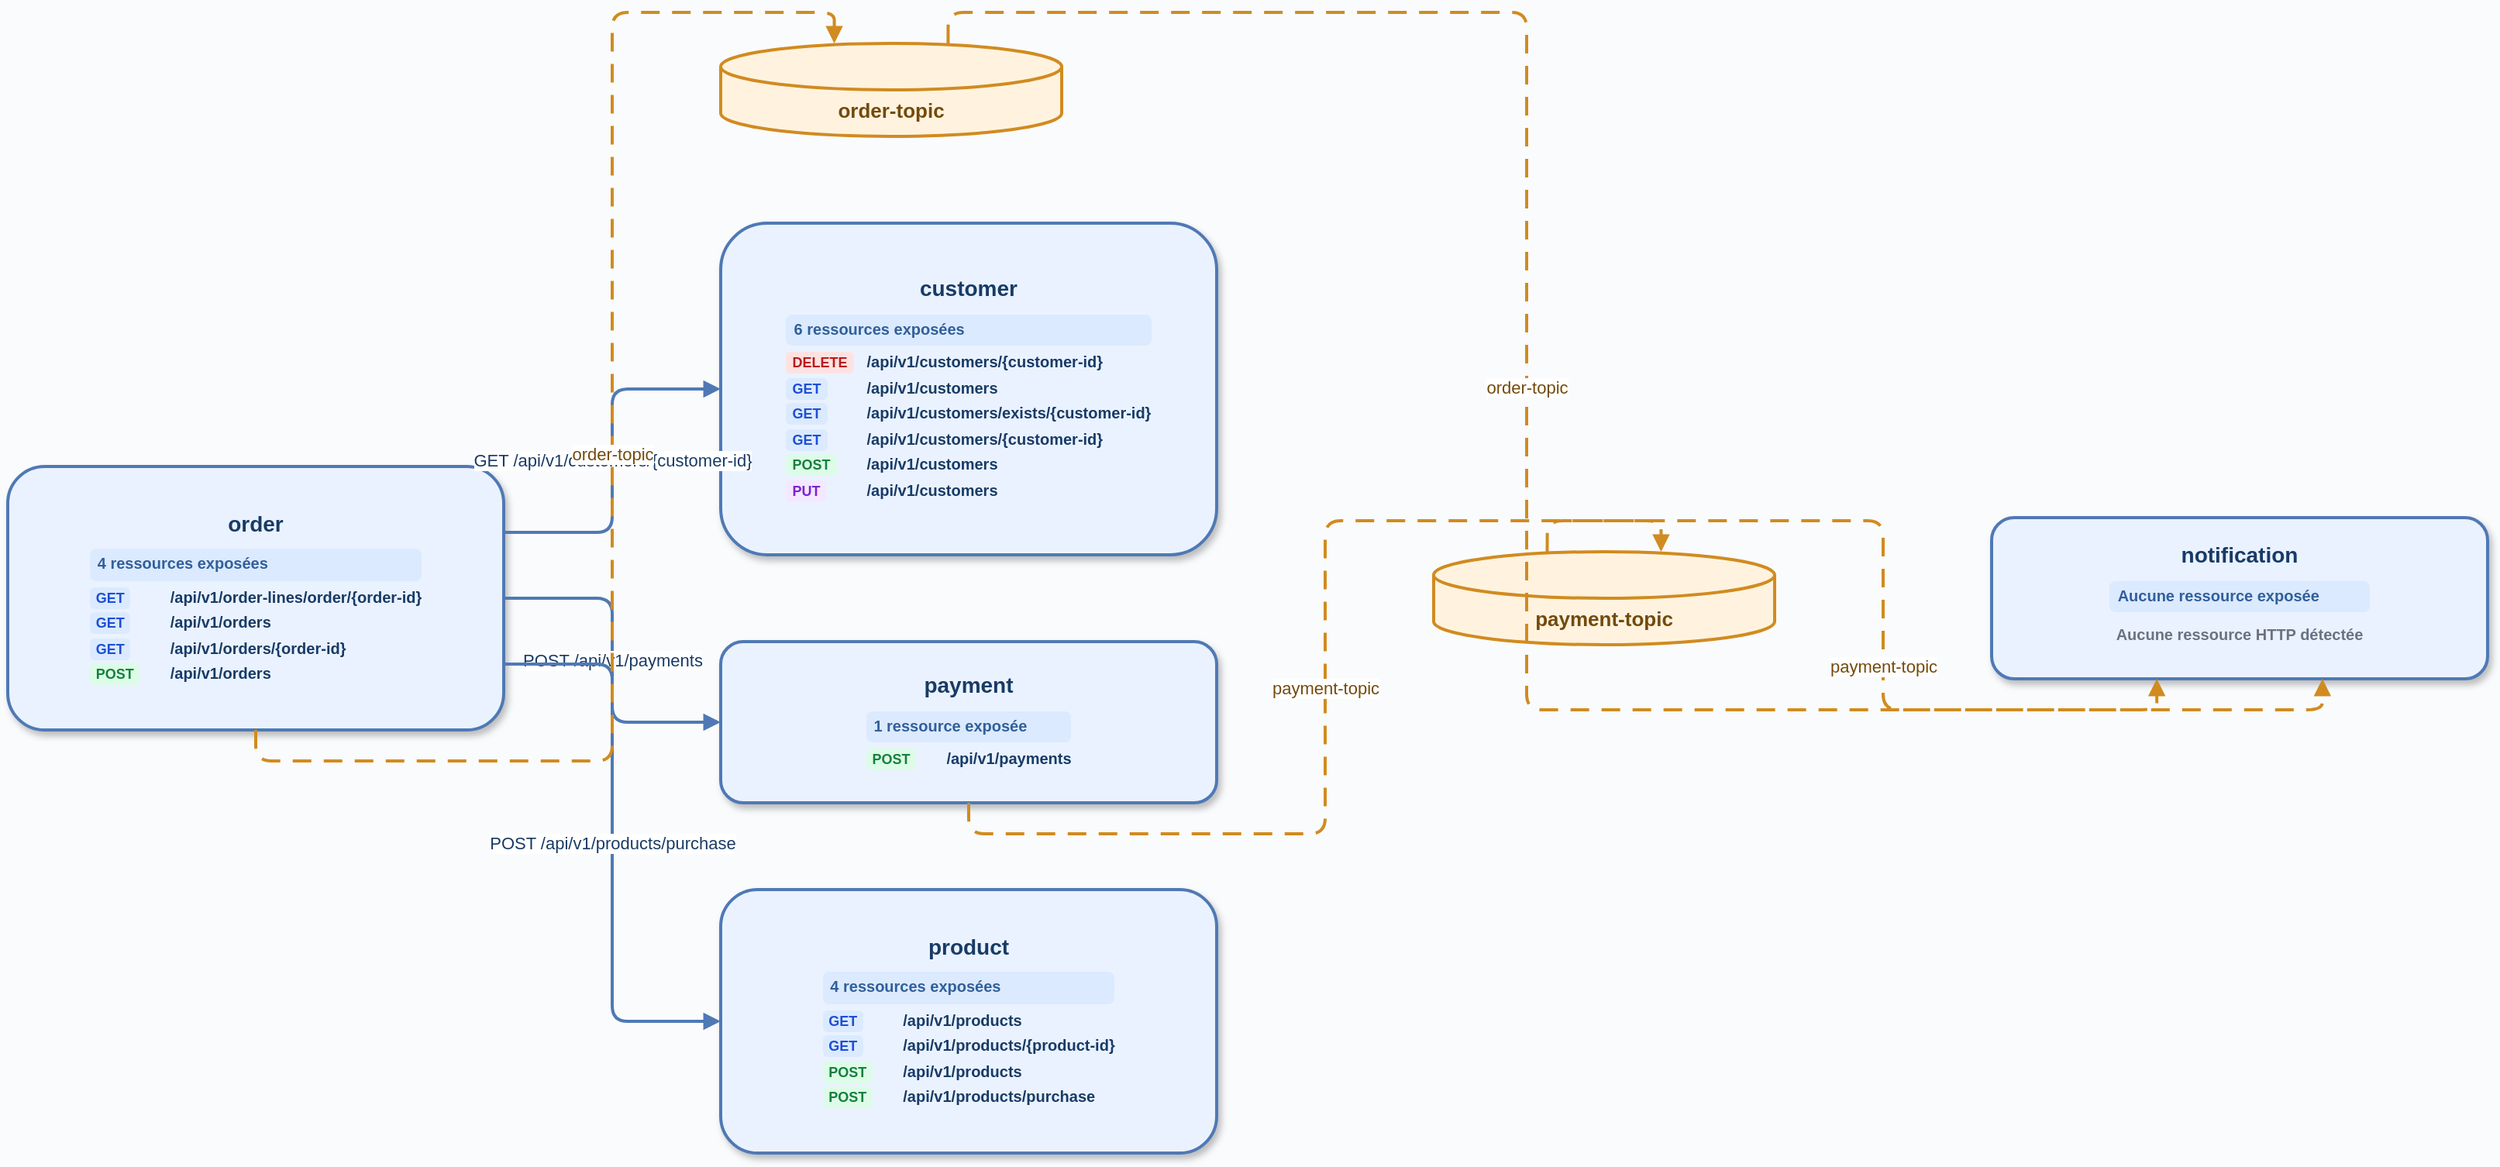
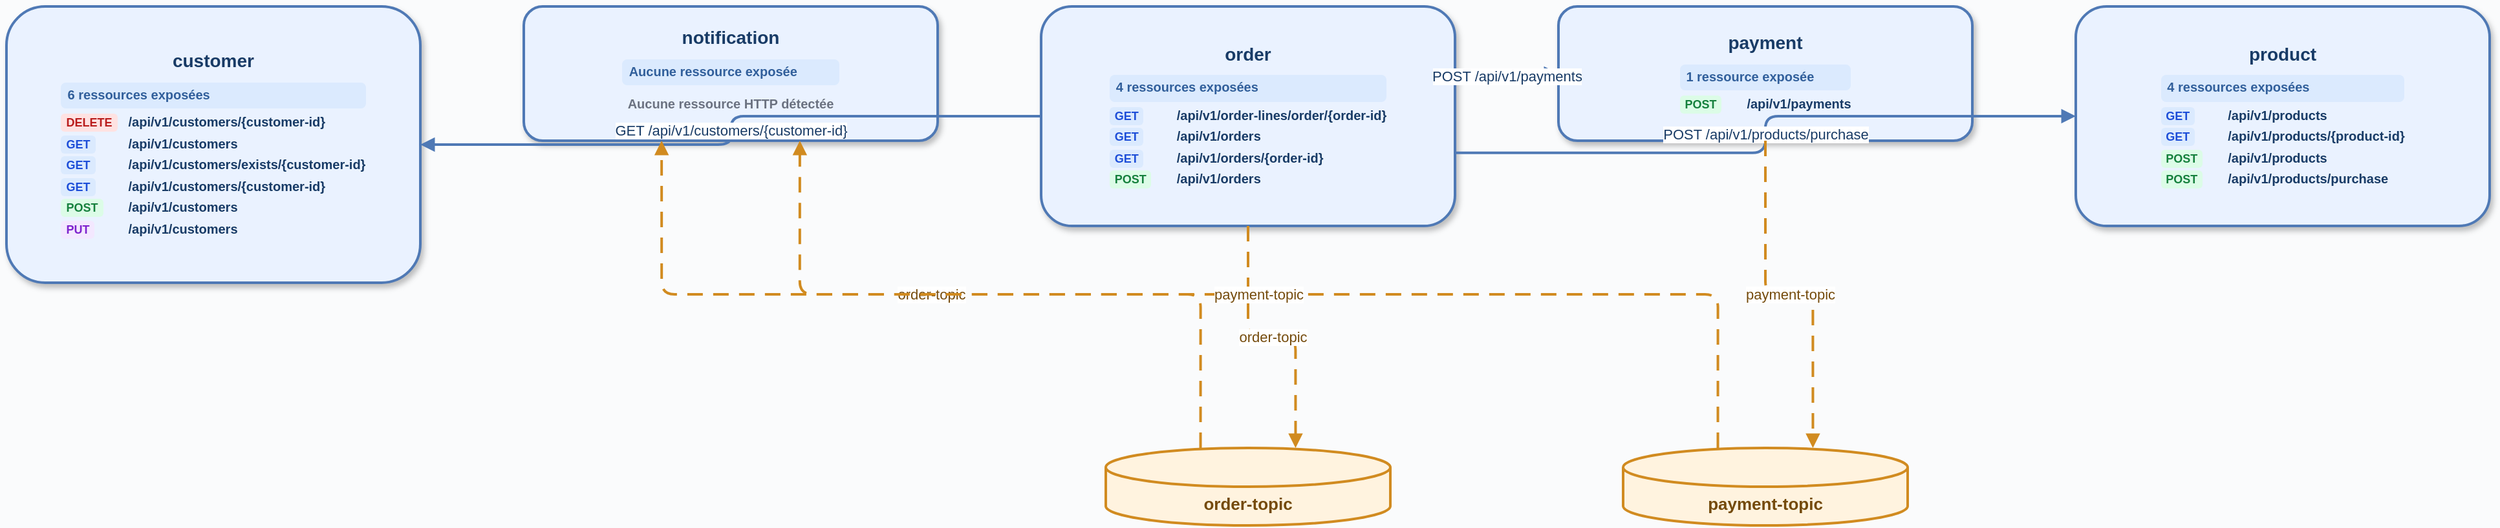
<?xml version="1.0" encoding="UTF-8"?>
<mxfile host="cccr">
  <diagram name="cccr graph" id="cccr-graph">
    <mxGraphModel dx="1200" dy="800" grid="1" gridSize="10" guides="1" tooltips="1" connect="1" arrows="1" fold="1" page="0" pageScale="1" pageWidth="1169" pageHeight="827" background="#fafbfc" math="0" shadow="0">
      <root>
        <mxCell id="0" />
        <mxCell id="1" parent="0" />
-         <mxCell id="node-0" value='&lt;div style="text-align:left;line-height:1.25;"&gt;&lt;div style="text-align:center;font-size:14px;color:#183b66;"&gt;&lt;b&gt;customer&lt;/b&gt;&lt;/div&gt;&lt;div style="margin-top:7px;padding:4px 5px;background-color:#dbeafe;color:#315f9b;font-size:10px;font-weight:bold;border-radius:4px;"&gt;6 ressources exposées&lt;/div&gt;&lt;table style="width:100%;margin-top:3px;font-size:10px;border-collapse:collapse;"&gt;&lt;tr&gt;&lt;td style="padding:2px 5px 2px 0;width:47px;"&gt;&lt;span style="background-color:#fee2e2;color:#b91c1c;font-weight:bold;font-size:9px;padding:2px 4px;border-radius:3px;"&gt;DELETE&lt;/span&gt;&lt;/td&gt;&lt;td style="padding:2px 0;color:#183b66;"&gt;/api/v1/customers/{customer-id}&lt;/td&gt;&lt;/tr&gt;&lt;tr&gt;&lt;td style="padding:2px 5px 2px 0;width:47px;"&gt;&lt;span style="background-color:#dbeafe;color:#1d4ed8;font-weight:bold;font-size:9px;padding:2px 4px;border-radius:3px;"&gt;GET&lt;/span&gt;&lt;/td&gt;&lt;td style="padding:2px 0;color:#183b66;"&gt;/api/v1/customers&lt;/td&gt;&lt;/tr&gt;&lt;tr&gt;&lt;td style="padding:2px 5px 2px 0;width:47px;"&gt;&lt;span style="background-color:#dbeafe;color:#1d4ed8;font-weight:bold;font-size:9px;padding:2px 4px;border-radius:3px;"&gt;GET&lt;/span&gt;&lt;/td&gt;&lt;td style="padding:2px 0;color:#183b66;"&gt;/api/v1/customers/exists/{customer-id}&lt;/td&gt;&lt;/tr&gt;&lt;tr&gt;&lt;td style="padding:2px 5px 2px 0;width:47px;"&gt;&lt;span style="background-color:#dbeafe;color:#1d4ed8;font-weight:bold;font-size:9px;padding:2px 4px;border-radius:3px;"&gt;GET&lt;/span&gt;&lt;/td&gt;&lt;td style="padding:2px 0;color:#183b66;"&gt;/api/v1/customers/{customer-id}&lt;/td&gt;&lt;/tr&gt;&lt;tr&gt;&lt;td style="padding:2px 5px 2px 0;width:47px;"&gt;&lt;span style="background-color:#dcfce7;color:#15803d;font-weight:bold;font-size:9px;padding:2px 4px;border-radius:3px;"&gt;POST&lt;/span&gt;&lt;/td&gt;&lt;td style="padding:2px 0;color:#183b66;"&gt;/api/v1/customers&lt;/td&gt;&lt;/tr&gt;&lt;tr&gt;&lt;td style="padding:2px 5px 2px 0;width:47px;"&gt;&lt;span style="background-color:#f3e8ff;color:#7e22ce;font-weight:bold;font-size:9px;padding:2px 4px;border-radius:3px;"&gt;PUT&lt;/span&gt;&lt;/td&gt;&lt;td style="padding:2px 0;color:#183b66;"&gt;/api/v1/customers&lt;/td&gt;&lt;/tr&gt;&lt;/table&gt;&lt;/div&gt;' style="rounded=1;arcSize=14;whiteSpace=wrap;html=1;fillColor=#eaf2ff;strokeColor=#4f79b5;strokeWidth=2;fontColor=#183b66;fontSize=14;fontStyle=1;shadow=1;spacingLeft=12;spacingRight=12;" vertex="1" parent="1"><mxGeometry x="484" y="140" width="320" height="214" as="geometry" /></mxCell>
-         <mxCell id="node-1" value='&lt;div style="text-align:left;line-height:1.25;"&gt;&lt;div style="text-align:center;font-size:14px;color:#183b66;"&gt;&lt;b&gt;notification&lt;/b&gt;&lt;/div&gt;&lt;div style="margin-top:7px;padding:4px 5px;background-color:#dbeafe;color:#315f9b;font-size:10px;font-weight:bold;border-radius:4px;"&gt;Aucune ressource exposée&lt;/div&gt;&lt;table style="width:100%;margin-top:3px;font-size:10px;border-collapse:collapse;"&gt;&lt;tr&gt;&lt;td colspan="2" style="padding:6px 4px;color:#6b7280;"&gt;Aucune ressource HTTP détectée&lt;/td&gt;&lt;/tr&gt;&lt;/table&gt;&lt;/div&gt;' style="rounded=1;arcSize=14;whiteSpace=wrap;html=1;fillColor=#eaf2ff;strokeColor=#4f79b5;strokeWidth=2;fontColor=#183b66;fontSize=14;fontStyle=1;shadow=1;spacingLeft=12;spacingRight=12;" vertex="1" parent="1"><mxGeometry x="1304" y="330" width="320" height="104" as="geometry" /></mxCell>
-         <mxCell id="node-2" value='&lt;div style="text-align:left;line-height:1.25;"&gt;&lt;div style="text-align:center;font-size:14px;color:#183b66;"&gt;&lt;b&gt;order&lt;/b&gt;&lt;/div&gt;&lt;div style="margin-top:7px;padding:4px 5px;background-color:#dbeafe;color:#315f9b;font-size:10px;font-weight:bold;border-radius:4px;"&gt;4 ressources exposées&lt;/div&gt;&lt;table style="width:100%;margin-top:3px;font-size:10px;border-collapse:collapse;"&gt;&lt;tr&gt;&lt;td style="padding:2px 5px 2px 0;width:47px;"&gt;&lt;span style="background-color:#dbeafe;color:#1d4ed8;font-weight:bold;font-size:9px;padding:2px 4px;border-radius:3px;"&gt;GET&lt;/span&gt;&lt;/td&gt;&lt;td style="padding:2px 0;color:#183b66;"&gt;/api/v1/order-lines/order/{order-id}&lt;/td&gt;&lt;/tr&gt;&lt;tr&gt;&lt;td style="padding:2px 5px 2px 0;width:47px;"&gt;&lt;span style="background-color:#dbeafe;color:#1d4ed8;font-weight:bold;font-size:9px;padding:2px 4px;border-radius:3px;"&gt;GET&lt;/span&gt;&lt;/td&gt;&lt;td style="padding:2px 0;color:#183b66;"&gt;/api/v1/orders&lt;/td&gt;&lt;/tr&gt;&lt;tr&gt;&lt;td style="padding:2px 5px 2px 0;width:47px;"&gt;&lt;span style="background-color:#dbeafe;color:#1d4ed8;font-weight:bold;font-size:9px;padding:2px 4px;border-radius:3px;"&gt;GET&lt;/span&gt;&lt;/td&gt;&lt;td style="padding:2px 0;color:#183b66;"&gt;/api/v1/orders/{order-id}&lt;/td&gt;&lt;/tr&gt;&lt;tr&gt;&lt;td style="padding:2px 5px 2px 0;width:47px;"&gt;&lt;span style="background-color:#dcfce7;color:#15803d;font-weight:bold;font-size:9px;padding:2px 4px;border-radius:3px;"&gt;POST&lt;/span&gt;&lt;/td&gt;&lt;td style="padding:2px 0;color:#183b66;"&gt;/api/v1/orders&lt;/td&gt;&lt;/tr&gt;&lt;/table&gt;&lt;/div&gt;' style="rounded=1;arcSize=14;whiteSpace=wrap;html=1;fillColor=#eaf2ff;strokeColor=#4f79b5;strokeWidth=2;fontColor=#183b66;fontSize=14;fontStyle=1;shadow=1;spacingLeft=12;spacingRight=12;" vertex="1" parent="1"><mxGeometry x="24" y="297" width="320" height="170" as="geometry" /></mxCell>
-         <mxCell id="node-3" value='&lt;div style="text-align:left;line-height:1.25;"&gt;&lt;div style="text-align:center;font-size:14px;color:#183b66;"&gt;&lt;b&gt;payment&lt;/b&gt;&lt;/div&gt;&lt;div style="margin-top:7px;padding:4px 5px;background-color:#dbeafe;color:#315f9b;font-size:10px;font-weight:bold;border-radius:4px;"&gt;1 ressource exposée&lt;/div&gt;&lt;table style="width:100%;margin-top:3px;font-size:10px;border-collapse:collapse;"&gt;&lt;tr&gt;&lt;td style="padding:2px 5px 2px 0;width:47px;"&gt;&lt;span style="background-color:#dcfce7;color:#15803d;font-weight:bold;font-size:9px;padding:2px 4px;border-radius:3px;"&gt;POST&lt;/span&gt;&lt;/td&gt;&lt;td style="padding:2px 0;color:#183b66;"&gt;/api/v1/payments&lt;/td&gt;&lt;/tr&gt;&lt;/table&gt;&lt;/div&gt;' style="rounded=1;arcSize=14;whiteSpace=wrap;html=1;fillColor=#eaf2ff;strokeColor=#4f79b5;strokeWidth=2;fontColor=#183b66;fontSize=14;fontStyle=1;shadow=1;spacingLeft=12;spacingRight=12;" vertex="1" parent="1"><mxGeometry x="484" y="410" width="320" height="104" as="geometry" /></mxCell>
-         <mxCell id="node-4" value='&lt;div style="text-align:left;line-height:1.25;"&gt;&lt;div style="text-align:center;font-size:14px;color:#183b66;"&gt;&lt;b&gt;product&lt;/b&gt;&lt;/div&gt;&lt;div style="margin-top:7px;padding:4px 5px;background-color:#dbeafe;color:#315f9b;font-size:10px;font-weight:bold;border-radius:4px;"&gt;4 ressources exposées&lt;/div&gt;&lt;table style="width:100%;margin-top:3px;font-size:10px;border-collapse:collapse;"&gt;&lt;tr&gt;&lt;td style="padding:2px 5px 2px 0;width:47px;"&gt;&lt;span style="background-color:#dbeafe;color:#1d4ed8;font-weight:bold;font-size:9px;padding:2px 4px;border-radius:3px;"&gt;GET&lt;/span&gt;&lt;/td&gt;&lt;td style="padding:2px 0;color:#183b66;"&gt;/api/v1/products&lt;/td&gt;&lt;/tr&gt;&lt;tr&gt;&lt;td style="padding:2px 5px 2px 0;width:47px;"&gt;&lt;span style="background-color:#dbeafe;color:#1d4ed8;font-weight:bold;font-size:9px;padding:2px 4px;border-radius:3px;"&gt;GET&lt;/span&gt;&lt;/td&gt;&lt;td style="padding:2px 0;color:#183b66;"&gt;/api/v1/products/{product-id}&lt;/td&gt;&lt;/tr&gt;&lt;tr&gt;&lt;td style="padding:2px 5px 2px 0;width:47px;"&gt;&lt;span style="background-color:#dcfce7;color:#15803d;font-weight:bold;font-size:9px;padding:2px 4px;border-radius:3px;"&gt;POST&lt;/span&gt;&lt;/td&gt;&lt;td style="padding:2px 0;color:#183b66;"&gt;/api/v1/products&lt;/td&gt;&lt;/tr&gt;&lt;tr&gt;&lt;td style="padding:2px 5px 2px 0;width:47px;"&gt;&lt;span style="background-color:#dcfce7;color:#15803d;font-weight:bold;font-size:9px;padding:2px 4px;border-radius:3px;"&gt;POST&lt;/span&gt;&lt;/td&gt;&lt;td style="padding:2px 0;color:#183b66;"&gt;/api/v1/products/purchase&lt;/td&gt;&lt;/tr&gt;&lt;/table&gt;&lt;/div&gt;' style="rounded=1;arcSize=14;whiteSpace=wrap;html=1;fillColor=#eaf2ff;strokeColor=#4f79b5;strokeWidth=2;fontColor=#183b66;fontSize=14;fontStyle=1;shadow=1;spacingLeft=12;spacingRight=12;" vertex="1" parent="1"><mxGeometry x="484" y="570" width="320" height="170" as="geometry" /></mxCell>
-         <mxCell id="node-5" value="&lt;b&gt;order-topic&lt;/b&gt;" style="shape=cylinder3;boundedLbl=1;whiteSpace=wrap;html=1;fillColor=#fff3df;strokeColor=#d18b20;strokeWidth=2;fontColor=#744a0b;fontSize=13;" vertex="1" parent="1"><mxGeometry x="484" y="24" width="220" height="60" as="geometry" /></mxCell>
-         <mxCell id="node-6" value="&lt;b&gt;payment-topic&lt;/b&gt;" style="shape=cylinder3;boundedLbl=1;whiteSpace=wrap;html=1;fillColor=#fff3df;strokeColor=#d18b20;strokeWidth=2;fontColor=#744a0b;fontSize=13;" vertex="1" parent="1"><mxGeometry x="944" y="352" width="220" height="60" as="geometry" /></mxCell>
-         <mxCell id="edge-0" value="GET /api/v1/customers/{customer-id}" style="edgeStyle=orthogonalEdgeStyle;rounded=1;orthogonalLoop=1;jettySize=auto;html=1;endArrow=block;endFill=1;strokeWidth=2;labelBackgroundColor=#ffffff;fontSize=11;spacing=4;exitX=1;exitY=0.25;entryX=0;entryY=0.5;exitPerimeter=1;entryPerimeter=1;strokeColor=#4f79b5;fontColor=#183b66;" edge="1" parent="1" source="node-2" target="node-0"><mxGeometry relative="1" as="geometry" /></mxCell>
-         <mxCell id="edge-1" value="POST /api/v1/payments" style="edgeStyle=orthogonalEdgeStyle;rounded=1;orthogonalLoop=1;jettySize=auto;html=1;endArrow=block;endFill=1;strokeWidth=2;labelBackgroundColor=#ffffff;fontSize=11;spacing=4;exitX=1;exitY=0.5;entryX=0;entryY=0.5;exitPerimeter=1;entryPerimeter=1;strokeColor=#4f79b5;fontColor=#183b66;" edge="1" parent="1" source="node-2" target="node-3"><mxGeometry relative="1" as="geometry" /></mxCell>
-         <mxCell id="edge-2" value="POST /api/v1/products/purchase" style="edgeStyle=orthogonalEdgeStyle;rounded=1;orthogonalLoop=1;jettySize=auto;html=1;endArrow=block;endFill=1;strokeWidth=2;labelBackgroundColor=#ffffff;fontSize=11;spacing=4;exitX=1;exitY=0.75;entryX=0;entryY=0.5;exitPerimeter=1;entryPerimeter=1;strokeColor=#4f79b5;fontColor=#183b66;" edge="1" parent="1" source="node-2" target="node-4"><mxGeometry relative="1" as="geometry" /></mxCell>
-         <mxCell id="edge-3" value="order-topic" style="edgeStyle=orthogonalEdgeStyle;rounded=1;orthogonalLoop=1;jettySize=auto;html=1;endArrow=block;endFill=1;strokeWidth=2;labelBackgroundColor=#ffffff;fontSize=11;spacing=4;exitX=0.5;exitY=1;entryX=0.333;entryY=0;exitPerimeter=1;entryPerimeter=1;dashed=1;dashPattern=6 4;strokeColor=#d18b20;fontColor=#744a0b;" edge="1" parent="1" source="node-2" target="node-5"><mxGeometry relative="1" as="geometry" /></mxCell>
-         <mxCell id="edge-4" value="order-topic" style="edgeStyle=orthogonalEdgeStyle;rounded=1;orthogonalLoop=1;jettySize=auto;html=1;endArrow=block;endFill=1;strokeWidth=2;labelBackgroundColor=#ffffff;fontSize=11;spacing=4;exitX=0.667;exitY=0;entryX=0.333;entryY=1;exitPerimeter=1;entryPerimeter=1;dashed=1;dashPattern=6 4;strokeColor=#d18b20;fontColor=#744a0b;" edge="1" parent="1" source="node-5" target="node-1"><mxGeometry relative="1" as="geometry" /></mxCell>
+         <mxCell id="node-0" value='&lt;div style="text-align:left;line-height:1.25;"&gt;&lt;div style="text-align:center;font-size:14px;color:#183b66;"&gt;&lt;b&gt;customer&lt;/b&gt;&lt;/div&gt;&lt;div style="margin-top:7px;padding:4px 5px;background-color:#dbeafe;color:#315f9b;font-size:10px;font-weight:bold;border-radius:4px;"&gt;6 ressources exposées&lt;/div&gt;&lt;table style="width:100%;margin-top:3px;font-size:10px;border-collapse:collapse;"&gt;&lt;tr&gt;&lt;td style="padding:2px 5px 2px 0;width:47px;"&gt;&lt;span style="background-color:#fee2e2;color:#b91c1c;font-weight:bold;font-size:9px;padding:2px 4px;border-radius:3px;"&gt;DELETE&lt;/span&gt;&lt;/td&gt;&lt;td style="padding:2px 0;color:#183b66;"&gt;/api/v1/customers/{customer-id}&lt;/td&gt;&lt;/tr&gt;&lt;tr&gt;&lt;td style="padding:2px 5px 2px 0;width:47px;"&gt;&lt;span style="background-color:#dbeafe;color:#1d4ed8;font-weight:bold;font-size:9px;padding:2px 4px;border-radius:3px;"&gt;GET&lt;/span&gt;&lt;/td&gt;&lt;td style="padding:2px 0;color:#183b66;"&gt;/api/v1/customers&lt;/td&gt;&lt;/tr&gt;&lt;tr&gt;&lt;td style="padding:2px 5px 2px 0;width:47px;"&gt;&lt;span style="background-color:#dbeafe;color:#1d4ed8;font-weight:bold;font-size:9px;padding:2px 4px;border-radius:3px;"&gt;GET&lt;/span&gt;&lt;/td&gt;&lt;td style="padding:2px 0;color:#183b66;"&gt;/api/v1/customers/exists/{customer-id}&lt;/td&gt;&lt;/tr&gt;&lt;tr&gt;&lt;td style="padding:2px 5px 2px 0;width:47px;"&gt;&lt;span style="background-color:#dbeafe;color:#1d4ed8;font-weight:bold;font-size:9px;padding:2px 4px;border-radius:3px;"&gt;GET&lt;/span&gt;&lt;/td&gt;&lt;td style="padding:2px 0;color:#183b66;"&gt;/api/v1/customers/{customer-id}&lt;/td&gt;&lt;/tr&gt;&lt;tr&gt;&lt;td style="padding:2px 5px 2px 0;width:47px;"&gt;&lt;span style="background-color:#dcfce7;color:#15803d;font-weight:bold;font-size:9px;padding:2px 4px;border-radius:3px;"&gt;POST&lt;/span&gt;&lt;/td&gt;&lt;td style="padding:2px 0;color:#183b66;"&gt;/api/v1/customers&lt;/td&gt;&lt;/tr&gt;&lt;tr&gt;&lt;td style="padding:2px 5px 2px 0;width:47px;"&gt;&lt;span style="background-color:#f3e8ff;color:#7e22ce;font-weight:bold;font-size:9px;padding:2px 4px;border-radius:3px;"&gt;PUT&lt;/span&gt;&lt;/td&gt;&lt;td style="padding:2px 0;color:#183b66;"&gt;/api/v1/customers&lt;/td&gt;&lt;/tr&gt;&lt;/table&gt;&lt;/div&gt;' style="rounded=1;arcSize=14;whiteSpace=wrap;html=1;fillColor=#eaf2ff;strokeColor=#4f79b5;strokeWidth=2;fontColor=#183b66;fontSize=14;fontStyle=1;shadow=1;spacingLeft=12;spacingRight=12;" vertex="1" parent="1"><mxGeometry x="24" y="24" width="320" height="214" as="geometry" /></mxCell>
+         <mxCell id="node-1" value='&lt;div style="text-align:left;line-height:1.25;"&gt;&lt;div style="text-align:center;font-size:14px;color:#183b66;"&gt;&lt;b&gt;notification&lt;/b&gt;&lt;/div&gt;&lt;div style="margin-top:7px;padding:4px 5px;background-color:#dbeafe;color:#315f9b;font-size:10px;font-weight:bold;border-radius:4px;"&gt;Aucune ressource exposée&lt;/div&gt;&lt;table style="width:100%;margin-top:3px;font-size:10px;border-collapse:collapse;"&gt;&lt;tr&gt;&lt;td colspan="2" style="padding:6px 4px;color:#6b7280;"&gt;Aucune ressource HTTP détectée&lt;/td&gt;&lt;/tr&gt;&lt;/table&gt;&lt;/div&gt;' style="rounded=1;arcSize=14;whiteSpace=wrap;html=1;fillColor=#eaf2ff;strokeColor=#4f79b5;strokeWidth=2;fontColor=#183b66;fontSize=14;fontStyle=1;shadow=1;spacingLeft=12;spacingRight=12;" vertex="1" parent="1"><mxGeometry x="424" y="24" width="320" height="104" as="geometry" /></mxCell>
+         <mxCell id="node-2" value='&lt;div style="text-align:left;line-height:1.25;"&gt;&lt;div style="text-align:center;font-size:14px;color:#183b66;"&gt;&lt;b&gt;order&lt;/b&gt;&lt;/div&gt;&lt;div style="margin-top:7px;padding:4px 5px;background-color:#dbeafe;color:#315f9b;font-size:10px;font-weight:bold;border-radius:4px;"&gt;4 ressources exposées&lt;/div&gt;&lt;table style="width:100%;margin-top:3px;font-size:10px;border-collapse:collapse;"&gt;&lt;tr&gt;&lt;td style="padding:2px 5px 2px 0;width:47px;"&gt;&lt;span style="background-color:#dbeafe;color:#1d4ed8;font-weight:bold;font-size:9px;padding:2px 4px;border-radius:3px;"&gt;GET&lt;/span&gt;&lt;/td&gt;&lt;td style="padding:2px 0;color:#183b66;"&gt;/api/v1/order-lines/order/{order-id}&lt;/td&gt;&lt;/tr&gt;&lt;tr&gt;&lt;td style="padding:2px 5px 2px 0;width:47px;"&gt;&lt;span style="background-color:#dbeafe;color:#1d4ed8;font-weight:bold;font-size:9px;padding:2px 4px;border-radius:3px;"&gt;GET&lt;/span&gt;&lt;/td&gt;&lt;td style="padding:2px 0;color:#183b66;"&gt;/api/v1/orders&lt;/td&gt;&lt;/tr&gt;&lt;tr&gt;&lt;td style="padding:2px 5px 2px 0;width:47px;"&gt;&lt;span style="background-color:#dbeafe;color:#1d4ed8;font-weight:bold;font-size:9px;padding:2px 4px;border-radius:3px;"&gt;GET&lt;/span&gt;&lt;/td&gt;&lt;td style="padding:2px 0;color:#183b66;"&gt;/api/v1/orders/{order-id}&lt;/td&gt;&lt;/tr&gt;&lt;tr&gt;&lt;td style="padding:2px 5px 2px 0;width:47px;"&gt;&lt;span style="background-color:#dcfce7;color:#15803d;font-weight:bold;font-size:9px;padding:2px 4px;border-radius:3px;"&gt;POST&lt;/span&gt;&lt;/td&gt;&lt;td style="padding:2px 0;color:#183b66;"&gt;/api/v1/orders&lt;/td&gt;&lt;/tr&gt;&lt;/table&gt;&lt;/div&gt;' style="rounded=1;arcSize=14;whiteSpace=wrap;html=1;fillColor=#eaf2ff;strokeColor=#4f79b5;strokeWidth=2;fontColor=#183b66;fontSize=14;fontStyle=1;shadow=1;spacingLeft=12;spacingRight=12;" vertex="1" parent="1"><mxGeometry x="824" y="24" width="320" height="170" as="geometry" /></mxCell>
+         <mxCell id="node-3" value='&lt;div style="text-align:left;line-height:1.25;"&gt;&lt;div style="text-align:center;font-size:14px;color:#183b66;"&gt;&lt;b&gt;payment&lt;/b&gt;&lt;/div&gt;&lt;div style="margin-top:7px;padding:4px 5px;background-color:#dbeafe;color:#315f9b;font-size:10px;font-weight:bold;border-radius:4px;"&gt;1 ressource exposée&lt;/div&gt;&lt;table style="width:100%;margin-top:3px;font-size:10px;border-collapse:collapse;"&gt;&lt;tr&gt;&lt;td style="padding:2px 5px 2px 0;width:47px;"&gt;&lt;span style="background-color:#dcfce7;color:#15803d;font-weight:bold;font-size:9px;padding:2px 4px;border-radius:3px;"&gt;POST&lt;/span&gt;&lt;/td&gt;&lt;td style="padding:2px 0;color:#183b66;"&gt;/api/v1/payments&lt;/td&gt;&lt;/tr&gt;&lt;/table&gt;&lt;/div&gt;' style="rounded=1;arcSize=14;whiteSpace=wrap;html=1;fillColor=#eaf2ff;strokeColor=#4f79b5;strokeWidth=2;fontColor=#183b66;fontSize=14;fontStyle=1;shadow=1;spacingLeft=12;spacingRight=12;" vertex="1" parent="1"><mxGeometry x="1224" y="24" width="320" height="104" as="geometry" /></mxCell>
+         <mxCell id="node-4" value='&lt;div style="text-align:left;line-height:1.25;"&gt;&lt;div style="text-align:center;font-size:14px;color:#183b66;"&gt;&lt;b&gt;product&lt;/b&gt;&lt;/div&gt;&lt;div style="margin-top:7px;padding:4px 5px;background-color:#dbeafe;color:#315f9b;font-size:10px;font-weight:bold;border-radius:4px;"&gt;4 ressources exposées&lt;/div&gt;&lt;table style="width:100%;margin-top:3px;font-size:10px;border-collapse:collapse;"&gt;&lt;tr&gt;&lt;td style="padding:2px 5px 2px 0;width:47px;"&gt;&lt;span style="background-color:#dbeafe;color:#1d4ed8;font-weight:bold;font-size:9px;padding:2px 4px;border-radius:3px;"&gt;GET&lt;/span&gt;&lt;/td&gt;&lt;td style="padding:2px 0;color:#183b66;"&gt;/api/v1/products&lt;/td&gt;&lt;/tr&gt;&lt;tr&gt;&lt;td style="padding:2px 5px 2px 0;width:47px;"&gt;&lt;span style="background-color:#dbeafe;color:#1d4ed8;font-weight:bold;font-size:9px;padding:2px 4px;border-radius:3px;"&gt;GET&lt;/span&gt;&lt;/td&gt;&lt;td style="padding:2px 0;color:#183b66;"&gt;/api/v1/products/{product-id}&lt;/td&gt;&lt;/tr&gt;&lt;tr&gt;&lt;td style="padding:2px 5px 2px 0;width:47px;"&gt;&lt;span style="background-color:#dcfce7;color:#15803d;font-weight:bold;font-size:9px;padding:2px 4px;border-radius:3px;"&gt;POST&lt;/span&gt;&lt;/td&gt;&lt;td style="padding:2px 0;color:#183b66;"&gt;/api/v1/products&lt;/td&gt;&lt;/tr&gt;&lt;tr&gt;&lt;td style="padding:2px 5px 2px 0;width:47px;"&gt;&lt;span style="background-color:#dcfce7;color:#15803d;font-weight:bold;font-size:9px;padding:2px 4px;border-radius:3px;"&gt;POST&lt;/span&gt;&lt;/td&gt;&lt;td style="padding:2px 0;color:#183b66;"&gt;/api/v1/products/purchase&lt;/td&gt;&lt;/tr&gt;&lt;/table&gt;&lt;/div&gt;' style="rounded=1;arcSize=14;whiteSpace=wrap;html=1;fillColor=#eaf2ff;strokeColor=#4f79b5;strokeWidth=2;fontColor=#183b66;fontSize=14;fontStyle=1;shadow=1;spacingLeft=12;spacingRight=12;" vertex="1" parent="1"><mxGeometry x="1624" y="24" width="320" height="170" as="geometry" /></mxCell>
+         <mxCell id="node-5" value="&lt;b&gt;order-topic&lt;/b&gt;" style="shape=cylinder3;boundedLbl=1;whiteSpace=wrap;html=1;fillColor=#fff3df;strokeColor=#d18b20;strokeWidth=2;fontColor=#744a0b;fontSize=13;" vertex="1" parent="1"><mxGeometry x="874" y="366" width="220" height="60" as="geometry" /></mxCell>
+         <mxCell id="node-6" value="&lt;b&gt;payment-topic&lt;/b&gt;" style="shape=cylinder3;boundedLbl=1;whiteSpace=wrap;html=1;fillColor=#fff3df;strokeColor=#d18b20;strokeWidth=2;fontColor=#744a0b;fontSize=13;" vertex="1" parent="1"><mxGeometry x="1274" y="366" width="220" height="60" as="geometry" /></mxCell>
+         <mxCell id="edge-0" value="GET /api/v1/customers/{customer-id}" style="edgeStyle=orthogonalEdgeStyle;rounded=1;orthogonalLoop=1;jettySize=auto;html=1;endArrow=block;endFill=1;strokeWidth=2;labelBackgroundColor=#ffffff;fontSize=11;spacing=4;exitX=0;exitY=0.5;entryX=1;entryY=0.5;exitPerimeter=1;entryPerimeter=1;strokeColor=#4f79b5;fontColor=#183b66;" edge="1" parent="1" source="node-2" target="node-0"><mxGeometry relative="1" as="geometry" /></mxCell>
+         <mxCell id="edge-1" value="POST /api/v1/payments" style="edgeStyle=orthogonalEdgeStyle;rounded=1;orthogonalLoop=1;jettySize=auto;html=1;endArrow=block;endFill=1;strokeWidth=2;labelBackgroundColor=#ffffff;fontSize=11;spacing=4;exitX=1;exitY=0.333;entryX=0;entryY=0.5;exitPerimeter=1;entryPerimeter=1;strokeColor=#4f79b5;fontColor=#183b66;" edge="1" parent="1" source="node-2" target="node-3"><mxGeometry relative="1" as="geometry" /></mxCell>
+         <mxCell id="edge-2" value="POST /api/v1/products/purchase" style="edgeStyle=orthogonalEdgeStyle;rounded=1;orthogonalLoop=1;jettySize=auto;html=1;endArrow=block;endFill=1;strokeWidth=2;labelBackgroundColor=#ffffff;fontSize=11;spacing=4;exitX=1;exitY=0.667;entryX=0;entryY=0.5;exitPerimeter=1;entryPerimeter=1;strokeColor=#4f79b5;fontColor=#183b66;" edge="1" parent="1" source="node-2" target="node-4"><mxGeometry relative="1" as="geometry" /></mxCell>
+         <mxCell id="edge-3" value="order-topic" style="edgeStyle=orthogonalEdgeStyle;rounded=1;orthogonalLoop=1;jettySize=auto;html=1;endArrow=block;endFill=1;strokeWidth=2;labelBackgroundColor=#ffffff;fontSize=11;spacing=4;exitX=0.5;exitY=1;entryX=0.667;entryY=0;exitPerimeter=1;entryPerimeter=1;dashed=1;dashPattern=6 4;strokeColor=#d18b20;fontColor=#744a0b;" edge="1" parent="1" source="node-2" target="node-5"><mxGeometry relative="1" as="geometry" /></mxCell>
+         <mxCell id="edge-4" value="order-topic" style="edgeStyle=orthogonalEdgeStyle;rounded=1;orthogonalLoop=1;jettySize=auto;html=1;endArrow=block;endFill=1;strokeWidth=2;labelBackgroundColor=#ffffff;fontSize=11;spacing=4;exitX=0.333;exitY=0;entryX=0.333;entryY=1;exitPerimeter=1;entryPerimeter=1;dashed=1;dashPattern=6 4;strokeColor=#d18b20;fontColor=#744a0b;" edge="1" parent="1" source="node-5" target="node-1"><mxGeometry relative="1" as="geometry" /></mxCell>
        <mxCell id="edge-5" value="payment-topic" style="edgeStyle=orthogonalEdgeStyle;rounded=1;orthogonalLoop=1;jettySize=auto;html=1;endArrow=block;endFill=1;strokeWidth=2;labelBackgroundColor=#ffffff;fontSize=11;spacing=4;exitX=0.5;exitY=1;entryX=0.667;entryY=0;exitPerimeter=1;entryPerimeter=1;dashed=1;dashPattern=6 4;strokeColor=#d18b20;fontColor=#744a0b;" edge="1" parent="1" source="node-3" target="node-6"><mxGeometry relative="1" as="geometry" /></mxCell>
        <mxCell id="edge-6" value="payment-topic" style="edgeStyle=orthogonalEdgeStyle;rounded=1;orthogonalLoop=1;jettySize=auto;html=1;endArrow=block;endFill=1;strokeWidth=2;labelBackgroundColor=#ffffff;fontSize=11;spacing=4;exitX=0.333;exitY=0;entryX=0.667;entryY=1;exitPerimeter=1;entryPerimeter=1;dashed=1;dashPattern=6 4;strokeColor=#d18b20;fontColor=#744a0b;" edge="1" parent="1" source="node-6" target="node-1"><mxGeometry relative="1" as="geometry" /></mxCell>
      </root>
    </mxGraphModel>
  </diagram>
</mxfile>
